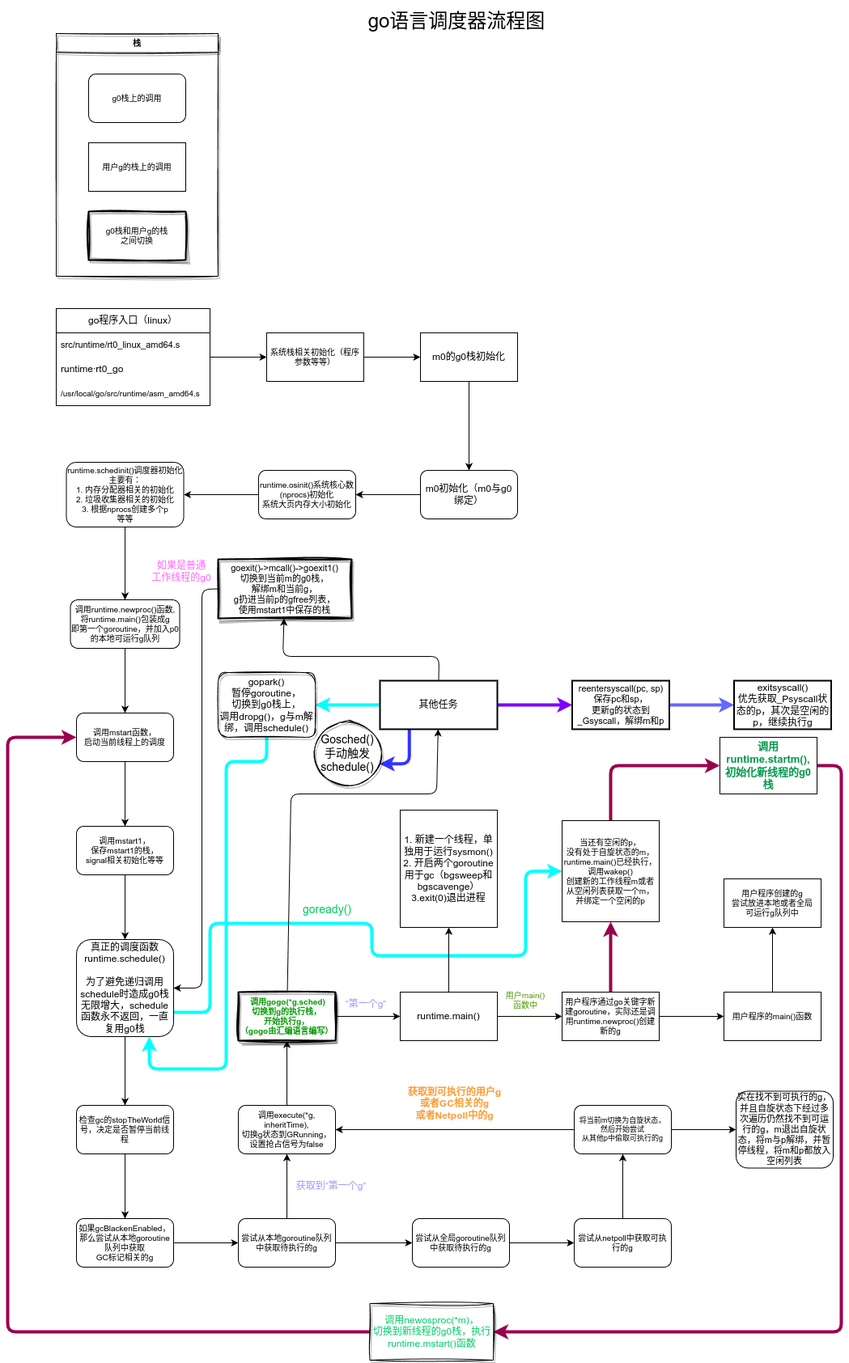
The draw.io diagram go_sched.png in moqsien/img_repo, before a commit. Source tidied: cells renumbered, new cells last; positions are measured from the earlier drawing's top-left corner, leaving out a move shared by most shapes.
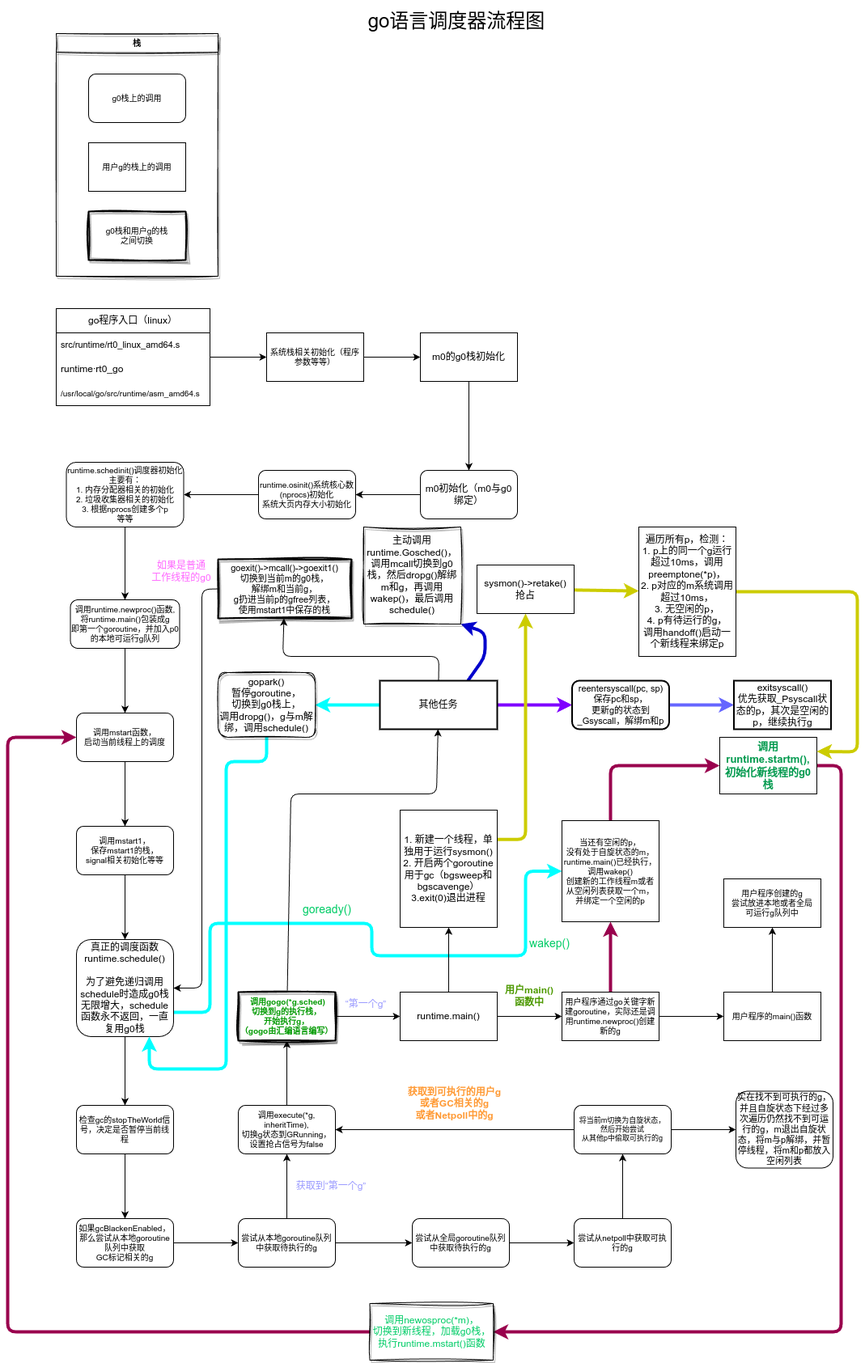
Later version of the same file.

The edit, as a diff of the source:
```diff
@@ -162,9 +162,14 @@
     <mxCell id="48" style="edgeStyle=orthogonalEdgeStyle;html=1;entryX=1;entryY=0.5;entryDx=0;entryDy=0;strokeColor=#00FFFF;strokeWidth=4;fontSize=11;fontColor=#00CC66;" parent="1" edge="1" source="50" target="83">
       <mxGeometry relative="1" as="geometry" />
     </mxCell>
-    <mxCell id="49" style="edgeStyle=orthogonalEdgeStyle;html=1;exitX=0.25;exitY=1;exitDx=0;exitDy=0;entryX=0.995;entryY=0.66;entryDx=0;entryDy=0;entryPerimeter=0;strokeColor=#3333FF;strokeWidth=4;fontSize=14;fontColor=#00CC66;" parent="1" edge="1" source="50" target="85">
-      <mxGeometry relative="1" as="geometry" />
-    </mxCell>
+    <mxCell id="86" style="edgeStyle=none;html=1;exitX=0.75;exitY=0;exitDx=0;exitDy=0;entryX=1;entryY=1;entryDx=0;entryDy=0;strokeWidth=4;strokeColor=#0000CC;" parent="1" edge="1" source="50" target="91">
+      <mxGeometry relative="1" as="geometry">
+        <Array as="points">
+          <mxPoint x="590" y="810" />
+          <mxPoint x="590" y="780" />
+        </Array>
+      </mxGeometry>
+    </mxCell>
     <mxCell id="50" value="&lt;font style=&quot;&quot;&gt;&lt;span style=&quot;font-size: 12px;&quot;&gt;其他任务&lt;/span&gt;&lt;br&gt;&lt;/font&gt;" style="whiteSpace=wrap;html=1;fontSize=7;fontStyle=0;startSize=30;rounded=0;shadow=0;strokeWidth=2;" parent="1" vertex="1">
       <mxGeometry x="460" y="840" width="145" height="60" as="geometry" />
     </mxCell>
@@ -210,8 +215,8 @@
     <mxCell id="64" value="&lt;font style=&quot;font-size: 24px;&quot;&gt;go语言调度器流程图&lt;/font&gt;" style="text;html=1;strokeColor=none;fillColor=none;align=center;verticalAlign=middle;whiteSpace=wrap;rounded=0;shadow=0;glass=0;sketch=0;strokeWidth=2;fontSize=11;" parent="1" vertex="1">
       <mxGeometry x="405" width="300" height="50" as="geometry" />
     </mxCell>
-    <mxCell id="65" value="用户main()&lt;br&gt;函数中" style="text;html=1;strokeColor=none;fillColor=none;align=center;verticalAlign=middle;whiteSpace=wrap;rounded=0;shadow=0;sketch=0;fontSize=10;fontColor=#4D9900;" parent="1" vertex="1">
-      <mxGeometry x="600" y="1220" width="80" height="30" as="geometry" />
+    <mxCell id="65" value="&lt;font style=&quot;font-size: 12px;&quot;&gt;&lt;b&gt;用户main()&lt;br&gt;函数中&lt;/b&gt;&lt;/font&gt;" style="text;html=1;strokeColor=none;fillColor=none;align=center;verticalAlign=middle;whiteSpace=wrap;rounded=0;shadow=0;sketch=0;fontSize=10;fontColor=#4D9900;" parent="1" vertex="1">
+      <mxGeometry x="605" y="1210" width="80" height="40" as="geometry" />
     </mxCell>
     <mxCell id="66" style="edgeStyle=none;html=1;exitX=0;exitY=0.5;exitDx=0;exitDy=0;entryX=1;entryY=0.5;entryDx=0;entryDy=0;fontSize=12;fontColor=#4D9900;" parent="1" edge="1" source="67" target="17">
       <mxGeometry relative="1" as="geometry">
@@ -240,6 +245,9 @@
     <mxCell id="72" value="&lt;span style=&quot;font-size: 10px;&quot;&gt;当还有空闲的p，&lt;/span&gt;&lt;br style=&quot;font-size: 10px;&quot;&gt;&lt;span style=&quot;font-size: 10px;&quot;&gt;没有处于自旋状态的m，&lt;/span&gt;&lt;br style=&quot;font-size: 10px;&quot;&gt;&lt;span style=&quot;font-size: 10px;&quot;&gt;runtime.main()已经执行，&lt;/span&gt;&lt;br style=&quot;font-size: 10px;&quot;&gt;&lt;span style=&quot;font-size: 10px;&quot;&gt;调用wakep()&lt;/span&gt;&lt;br style=&quot;font-size: 10px;&quot;&gt;&lt;span style=&quot;font-size: 10px;&quot;&gt;创建新的工作线程m或者从空闲列表获取一个m，并绑定一个空闲的p&lt;/span&gt;" style="whiteSpace=wrap;html=1;fontSize=7;fontStyle=0;startSize=30;" parent="1" vertex="1">
       <mxGeometry x="685" y="1013" width="120" height="125" as="geometry" />
     </mxCell>
+    <mxCell id="87" style="edgeStyle=orthogonalEdgeStyle;html=1;exitX=1;exitY=0.25;exitDx=0;exitDy=0;entryX=0.5;entryY=1;entryDx=0;entryDy=0;strokeColor=#CCCC00;strokeWidth=4;fontSize=12;fontColor=#00CC66;" parent="1" edge="1" source="73" target="90">
+      <mxGeometry relative="1" as="geometry" />
+    </mxCell>
     <mxCell id="73" value="&lt;font style=&quot;font-size: 12px;&quot;&gt;1. 新建一个线程，单独用于运行sysmon()&lt;br&gt;2. 开启两个goroutine用于gc（bgsweep和bgscavenge）&lt;br&gt;3.exit(0)退出进程&lt;br&gt;&lt;/font&gt;" style="whiteSpace=wrap;html=1;fontSize=7;fontStyle=0;startSize=30;" parent="1" vertex="1">
       <mxGeometry x="485" y="1000" width="120" height="145" as="geometry" />
     </mxCell>
@@ -265,13 +273,13 @@
         </Array>
       </mxGeometry>
     </mxCell>
-    <mxCell id="78" value="&lt;font color=&quot;#00cc66&quot; style=&quot;font-size: 12px;&quot;&gt;调用newosproc(*m)，&lt;br style=&quot;&quot;&gt;切换到新线程的g0栈，执行runtime.mstart()函数&lt;/font&gt;" style="whiteSpace=wrap;html=1;rounded=0;shadow=1;sketch=1;curveFitting=1;jiggle=2;fillColor=none;" parent="1" vertex="1">
+    <mxCell id="78" value="&lt;font color=&quot;#00cc66&quot; style=&quot;font-size: 12px;&quot;&gt;调用newosproc(*m)，&lt;br style=&quot;&quot;&gt;切换到新线程，加载g0栈，&lt;br&gt;执行runtime.mstart()函数&lt;/font&gt;" style="whiteSpace=wrap;html=1;rounded=0;shadow=1;sketch=1;curveFitting=1;jiggle=2;fillColor=none;" parent="1" vertex="1">
       <mxGeometry x="447.5" y="1610" width="152.5" height="70" as="geometry" />
     </mxCell>
     <mxCell id="79" style="edgeStyle=orthogonalEdgeStyle;html=1;strokeColor=#6666FF;strokeWidth=4;fontSize=12;fontColor=#00CC66;" parent="1" edge="1" source="80" target="81">
       <mxGeometry relative="1" as="geometry" />
     </mxCell>
-    <mxCell id="80" value="&lt;font style=&quot;&quot;&gt;&lt;font style=&quot;font-size: 11px;&quot;&gt;reentersyscall(pc, sp)&lt;br&gt;保存pc和sp，&lt;br&gt;更新g的状态到_Gsyscall，解绑m和p&lt;/font&gt;&lt;br&gt;&lt;/font&gt;" style="whiteSpace=wrap;html=1;fontSize=7;fontStyle=0;startSize=30;rounded=0;shadow=0;strokeWidth=2;" parent="1" vertex="1">
+    <mxCell id="80" value="&lt;font style=&quot;&quot;&gt;&lt;font style=&quot;font-size: 11px;&quot;&gt;reentersyscall(pc, sp)&lt;br&gt;保存pc和sp，&lt;br&gt;更新g的状态到_Gsyscall，解绑m和p&lt;/font&gt;&lt;br&gt;&lt;/font&gt;" style="whiteSpace=wrap;html=1;fontSize=7;fontStyle=0;startSize=30;rounded=1;shadow=0;strokeWidth=2;" parent="1" vertex="1">
       <mxGeometry x="697.5" y="840" width="120" height="60" as="geometry" />
     </mxCell>
     <mxCell id="81" value="&lt;span style=&quot;font-size: 12px;&quot;&gt;exitsyscall()&lt;br&gt;优先获取_Psyscall状态的p，其次是空闲的p，继续执行g&lt;br&gt;&lt;/span&gt;" style="whiteSpace=wrap;html=1;fontSize=7;fontStyle=0;startSize=30;rounded=0;shadow=0;strokeWidth=2;" parent="1" vertex="1">
@@ -293,8 +301,28 @@
     <mxCell id="84" value="&lt;font style=&quot;font-size: 14px;&quot;&gt;goready()&lt;/font&gt;" style="text;html=1;strokeColor=none;fillColor=none;align=center;verticalAlign=middle;whiteSpace=wrap;rounded=0;shadow=1;sketch=1;fontSize=12;fontColor=#00CC66;" parent="1" vertex="1">
       <mxGeometry x="365" y="1108" width="60" height="30" as="geometry" />
     </mxCell>
-    <mxCell id="85" value="Gosched()&lt;br&gt;手动触发&lt;br&gt;schedule()" style="ellipse;whiteSpace=wrap;html=1;shadow=1;sketch=1;fontSize=14;fillColor=none;" parent="1" vertex="1">
-      <mxGeometry x="380" y="890" width="80" height="80" as="geometry" />
-    </mxCell>
+    <mxCell id="88" value="wakep()" style="text;html=1;strokeColor=none;fillColor=none;align=center;verticalAlign=middle;whiteSpace=wrap;rounded=0;shadow=1;sketch=1;fontSize=14;fontColor=#00CC66;" parent="1" vertex="1">
+      <mxGeometry x="640" y="1150" width="60" height="30" as="geometry" />
+    </mxCell>
+    <mxCell id="89" style="edgeStyle=none;html=1;strokeColor=#CCCC00;strokeWidth=4;" parent="1" edge="1" source="90" target="93">
+      <mxGeometry relative="1" as="geometry" />
+    </mxCell>
+    <mxCell id="90" value="sysmon()-&amp;gt;retake()&lt;br&gt;抢占" style="rounded=0;whiteSpace=wrap;html=1;shadow=0;fontSize=12;fillColor=none;" parent="1" vertex="1">
+      <mxGeometry x="580" y="697" width="120" height="60" as="geometry" />
+    </mxCell>
+    <mxCell id="91" value="主动调用runtime.Gosched()，&lt;br&gt;调用mcall切换到g0栈，然后dropg()解绑m和g，再调用wakep()，最后调用schedule()" style="rounded=0;whiteSpace=wrap;html=1;sketch=1;curveFitting=1;jiggle=2;shadow=1;fillColor=none;" parent="1" vertex="1">
+      <mxGeometry x="440" y="650" width="120" height="120" as="geometry" />
+    </mxCell>
+    <mxCell id="92" style="edgeStyle=none;html=1;entryX=1;entryY=0.25;entryDx=0;entryDy=0;strokeColor=#CCCC00;strokeWidth=4;" parent="1" edge="1" source="93" target="76">
+      <mxGeometry relative="1" as="geometry">
+        <Array as="points">
+          <mxPoint x="1050" y="730" />
+          <mxPoint x="1050" y="928" />
+        </Array>
+      </mxGeometry>
+    </mxCell>
+    <mxCell id="93" value="遍历所有p，检测：&lt;br&gt;1. p上的同一个g运行超过10ms，调用preemptone(*p)，&lt;br&gt;2. p对应的m系统调用超过10ms，&lt;br&gt;3. 无空闲的p，&lt;br&gt;4. p有待运行的g，&lt;br&gt;调用handoff()启动一个新线程来绑定p" style="rounded=0;whiteSpace=wrap;html=1;shadow=0;fontSize=12;fillColor=none;" parent="1" vertex="1">
+      <mxGeometry x="780" y="650" width="120" height="160" as="geometry" />
+    </mxCell>
   </root>
 </mxGraphModel>
```
